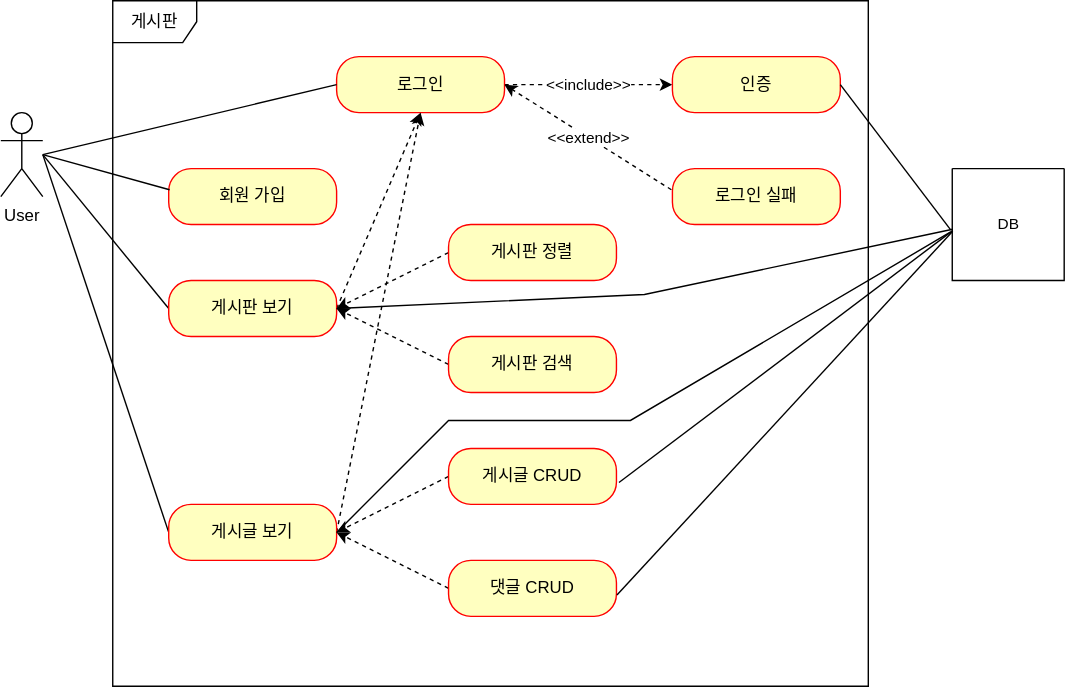
The draw.io diagram document/유스케이스.svg in minyongP/project-board, before a commit. Source tidied: cells renumbered, new cells last; positions are measured from the earlier drawing's top-left corner, leaving out a move shared by most shapes.
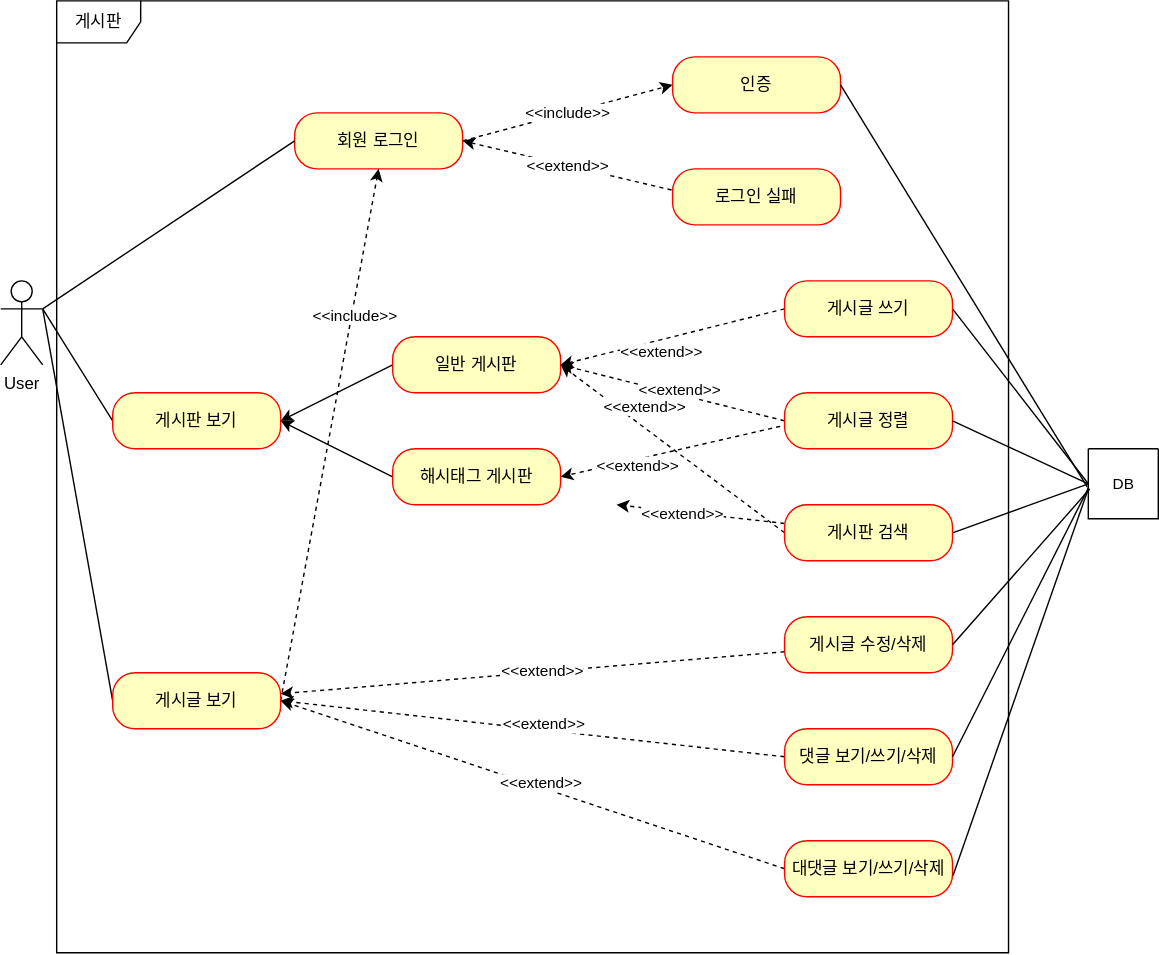
Above is the later version.

Commit message:
#49 - 유스케이스.svg: 현재 서비스 상황에 맞춰 업데이트

Diff of the diagram source:
```diff
@@ -2,120 +2,171 @@
   <root>
     <mxCell id="0" />
     <mxCell id="1" parent="0" />
-    <mxCell id="2" style="edgeStyle=none;shape=connector;rounded=0;jettySize=auto;html=1;entryX=0;entryY=0.5;entryDx=0;entryDy=0;labelBackgroundColor=default;strokeColor=default;align=center;verticalAlign=middle;fontFamily=Helvetica;fontSize=11;fontColor=default;endArrow=none;endFill=0;" parent="1" edge="1" target="11">
-      <mxGeometry relative="1" as="geometry">
-        <mxPoint x="30" y="110" as="sourcePoint" />
-      </mxGeometry>
+    <mxCell id="2" style="edgeStyle=none;shape=connector;rounded=0;jettySize=auto;html=1;entryX=0;entryY=0.5;entryDx=0;entryDy=0;labelBackgroundColor=default;strokeColor=default;align=center;verticalAlign=middle;fontFamily=Helvetica;fontSize=11;fontColor=default;endArrow=none;endFill=0;exitX=1;exitY=0.3333333333333333;exitDx=0;exitDy=0;exitPerimeter=0;" parent="1" edge="1" source="3" target="11">
+      <mxGeometry relative="1" as="geometry" />
     </mxCell>
     <mxCell id="3" value="User" style="shape=umlActor;verticalLabelPosition=bottom;verticalAlign=top;html=1;" parent="1" vertex="1">
-      <mxGeometry y="80" width="30" height="60" as="geometry" />
+      <mxGeometry x="-40" y="80" width="30" height="60" as="geometry" />
     </mxCell>
     <mxCell id="4" value="게시판" style="shape=umlFrame;whiteSpace=wrap;html=1;" parent="1" vertex="1">
-      <mxGeometry x="80" width="540" height="490" as="geometry" />
+      <mxGeometry y="-120" width="680" height="680" as="geometry" />
     </mxCell>
-    <mxCell id="5" value="&amp;lt;&amp;lt;include&amp;gt;&amp;gt;" style="edgeStyle=orthogonalEdgeStyle;rounded=0;jettySize=auto;html=1;dashed=1;" parent="1" edge="1" source="6" target="13">
+    <mxCell id="5" value="&amp;lt;&amp;lt;include&amp;gt;&amp;gt;" style="rounded=0;jettySize=auto;html=1;dashed=1;entryX=0;entryY=0.5;entryDx=0;entryDy=0;exitX=1;exitY=0.5;exitDx=0;exitDy=0;" parent="1" edge="1" source="6" target="13">
       <mxGeometry relative="1" as="geometry" />
     </mxCell>
-    <mxCell id="6" value="로그인" style="rounded=1;whiteSpace=wrap;html=1;arcSize=40;fontColor=#000000;fillColor=#ffffc0;strokeColor=#ff0000;" parent="1" vertex="1">
-      <mxGeometry x="240" y="40" width="120" height="40" as="geometry" />
+    <mxCell id="6" value="회원 로그인" style="rounded=1;whiteSpace=wrap;html=1;arcSize=40;fontColor=#000000;fillColor=#ffffc0;strokeColor=#ff0000;" parent="1" vertex="1">
+      <mxGeometry x="170" y="-40" width="120" height="40" as="geometry" />
     </mxCell>
-    <mxCell id="7" style="rounded=0;jettySize=auto;html=1;endArrow=none;endFill=0;exitX=0;exitY=0.5;exitDx=0;exitDy=0;" parent="1" edge="1" source="9">
-      <mxGeometry relative="1" as="geometry">
-        <mxPoint x="30" y="110" as="targetPoint" />
-      </mxGeometry>
+    <mxCell id="7" style="rounded=0;jettySize=auto;html=1;endArrow=none;endFill=0;exitX=0;exitY=0.5;exitDx=0;exitDy=0;entryX=1;entryY=0.3333333333333333;entryDx=0;entryDy=0;entryPerimeter=0;" parent="1" edge="1" source="9" target="3">
+      <mxGeometry relative="1" as="geometry" />
     </mxCell>
-    <mxCell id="8" style="rounded=0;jettySize=auto;html=1;entryX=0.5;entryY=1;entryDx=0;entryDy=0;dashed=1;exitX=1;exitY=0.5;exitDx=0;exitDy=0;" parent="1" edge="1" source="9" target="6">
-      <mxGeometry relative="1" as="geometry" />
-    </mxCell>
     <mxCell id="9" value="게시판 보기" style="rounded=1;whiteSpace=wrap;html=1;arcSize=40;fontColor=#000000;fillColor=#ffffc0;strokeColor=#ff0000;" parent="1" vertex="1">
-      <mxGeometry x="120" y="200" width="120" height="40" as="geometry" />
+      <mxGeometry x="40" y="160" width="120" height="40" as="geometry" />
     </mxCell>
     <mxCell id="10" style="rounded=0;jettySize=auto;html=1;dashed=1;exitX=1;exitY=0.5;exitDx=0;exitDy=0;entryX=0.5;entryY=1;entryDx=0;entryDy=0;" parent="1" edge="1" source="11" target="6">
       <mxGeometry relative="1" as="geometry" />
     </mxCell>
+    <mxCell id="34" value="&amp;lt;&amp;lt;include&amp;gt;&amp;gt;" style="edgeLabel;html=1;align=center;verticalAlign=middle;" parent="10" vertex="1">
+      <mxGeometry x="0.45" y="-2" relative="1" as="geometry" />
+    </mxCell>
     <mxCell id="11" value="게시글 보기" style="rounded=1;whiteSpace=wrap;html=1;arcSize=40;fontColor=#000000;fillColor=#ffffc0;strokeColor=#ff0000;" parent="1" vertex="1">
-      <mxGeometry x="120" y="360" width="120" height="40" as="geometry" />
+      <mxGeometry x="40" y="360" width="120" height="40" as="geometry" />
     </mxCell>
-    <mxCell id="12" value="회원 가입" style="rounded=1;whiteSpace=wrap;html=1;arcSize=40;fontColor=#000000;fillColor=#ffffc0;strokeColor=#ff0000;" parent="1" vertex="1">
-      <mxGeometry x="120" y="120" width="120" height="40" as="geometry" />
-    </mxCell>
     <mxCell id="13" value="인증" style="rounded=1;whiteSpace=wrap;html=1;arcSize=40;fontColor=#000000;fillColor=#ffffc0;strokeColor=#ff0000;" parent="1" vertex="1">
-      <mxGeometry x="480" y="40" width="120" height="40" as="geometry" />
+      <mxGeometry x="440" y="-80" width="120" height="40" as="geometry" />
     </mxCell>
     <mxCell id="14" value="&amp;lt;&amp;lt;extend&amp;gt;&amp;gt;" style="rounded=0;jettySize=auto;html=1;entryX=1;entryY=0.5;entryDx=0;entryDy=0;dashed=1;exitX=-0.006;exitY=0.378;exitDx=0;exitDy=0;exitPerimeter=0;" parent="1" edge="1" source="15" target="6">
       <mxGeometry relative="1" as="geometry" />
     </mxCell>
     <mxCell id="15" value="로그인 실패" style="rounded=1;whiteSpace=wrap;html=1;arcSize=40;fontColor=#000000;fillColor=#ffffc0;strokeColor=#ff0000;" parent="1" vertex="1">
-      <mxGeometry x="480" y="120" width="120" height="40" as="geometry" />
+      <mxGeometry x="440" width="120" height="40" as="geometry" />
     </mxCell>
-    <mxCell id="16" style="rounded=0;jettySize=auto;html=1;entryX=1;entryY=0.5;entryDx=0;entryDy=0;dashed=1;exitX=0;exitY=0.5;exitDx=0;exitDy=0;" parent="1" edge="1" source="17" target="9">
+    <mxCell id="16" style="rounded=0;jettySize=auto;html=1;entryX=1;entryY=0.5;entryDx=0;entryDy=0;exitX=0;exitY=0.5;exitDx=0;exitDy=0;" parent="1" edge="1" source="17" target="9">
       <mxGeometry relative="1" as="geometry" />
     </mxCell>
-    <mxCell id="17" value="게시판 정렬" style="rounded=1;whiteSpace=wrap;html=1;arcSize=40;fontColor=#000000;fillColor=#ffffc0;strokeColor=#ff0000;" parent="1" vertex="1">
-      <mxGeometry x="320" y="160" width="120" height="40" as="geometry" />
+    <mxCell id="17" value="일반 게시판" style="rounded=1;whiteSpace=wrap;html=1;arcSize=40;fontColor=#000000;fillColor=#ffffc0;strokeColor=#ff0000;" parent="1" vertex="1">
+      <mxGeometry x="240" y="120" width="120" height="40" as="geometry" />
     </mxCell>
-    <mxCell id="18" style="rounded=0;jettySize=auto;html=1;entryX=1;entryY=0.5;entryDx=0;entryDy=0;dashed=1;exitX=0;exitY=0.5;exitDx=0;exitDy=0;" parent="1" edge="1" source="19" target="9">
+    <mxCell id="18" style="rounded=0;jettySize=auto;html=1;entryX=1;entryY=0.5;entryDx=0;entryDy=0;exitX=0;exitY=0.5;exitDx=0;exitDy=0;" parent="1" edge="1" source="19" target="9">
       <mxGeometry relative="1" as="geometry" />
     </mxCell>
-    <mxCell id="19" value="게시판 검색" style="rounded=1;whiteSpace=wrap;html=1;arcSize=40;fontColor=#000000;fillColor=#ffffc0;strokeColor=#ff0000;" parent="1" vertex="1">
-      <mxGeometry x="320" y="240" width="120" height="40" as="geometry" />
+    <mxCell id="19" value="해시태그 게시판" style="rounded=1;whiteSpace=wrap;html=1;arcSize=40;fontColor=#000000;fillColor=#ffffc0;strokeColor=#ff0000;" parent="1" vertex="1">
+      <mxGeometry x="240" y="200" width="120" height="40" as="geometry" />
     </mxCell>
     <mxCell id="20" style="rounded=0;jettySize=auto;html=1;entryX=1;entryY=0.5;entryDx=0;entryDy=0;dashed=1;exitX=0;exitY=0.5;exitDx=0;exitDy=0;" parent="1" edge="1" source="21" target="11">
       <mxGeometry relative="1" as="geometry" />
     </mxCell>
+    <mxCell id="35" value="&amp;lt;&amp;lt;extend&amp;gt;&amp;gt;" style="edgeLabel;html=1;align=center;verticalAlign=middle;" parent="20" vertex="1">
+      <mxGeometry x="-0.19" y="1" relative="1" as="geometry">
+        <mxPoint x="-26" y="-8" as="offset" />
+      </mxGeometry>
+    </mxCell>
-    <mxCell id="21" value="게시글 CRUD" style="rounded=1;whiteSpace=wrap;html=1;arcSize=40;fontColor=#000000;fillColor=#ffffc0;strokeColor=#ff0000;" parent="1" vertex="1">
-      <mxGeometry x="320" y="320" width="120" height="40" as="geometry" />
+    <mxCell id="21" value="댓글 보기/쓰기/삭제" style="rounded=1;whiteSpace=wrap;html=1;arcSize=40;fontColor=#000000;fillColor=#ffffc0;strokeColor=#ff0000;" parent="1" vertex="1">
+      <mxGeometry x="520" y="400" width="120" height="40" as="geometry" />
     </mxCell>
-    <mxCell id="22" style="rounded=0;jettySize=auto;html=1;dashed=1;exitX=0;exitY=0.5;exitDx=0;exitDy=0;" parent="1" edge="1" source="23">
-      <mxGeometry relative="1" as="geometry">
-        <mxPoint x="240" y="380" as="targetPoint" />
-      </mxGeometry>
+    <mxCell id="22" style="rounded=0;jettySize=auto;html=1;dashed=1;exitX=0;exitY=0.5;exitDx=0;exitDy=0;entryX=1;entryY=0.5;entryDx=0;entryDy=0;" parent="1" edge="1" source="23" target="11">
+      <mxGeometry relative="1" as="geometry" />
     </mxCell>
+    <mxCell id="36" value="&amp;lt;&amp;lt;extend&amp;gt;&amp;gt;" style="edgeLabel;html=1;align=center;verticalAlign=middle;" parent="22" vertex="1">
+      <mxGeometry x="-0.05" y="3" relative="1" as="geometry">
+        <mxPoint x="-2" y="-7" as="offset" />
+      </mxGeometry>
+    </mxCell>
-    <mxCell id="23" value="댓글 CRUD" style="rounded=1;whiteSpace=wrap;html=1;arcSize=40;fontColor=#000000;fillColor=#ffffc0;strokeColor=#ff0000;" parent="1" vertex="1">
-      <mxGeometry x="320" y="400" width="120" height="40" as="geometry" />
+    <mxCell id="23" value="대댓글 보기/쓰기/삭제" style="rounded=1;whiteSpace=wrap;html=1;arcSize=40;fontColor=#000000;fillColor=#ffffc0;strokeColor=#ff0000;" parent="1" vertex="1">
+      <mxGeometry x="520" y="480" width="120" height="40" as="geometry" />
     </mxCell>
     <mxCell id="24" style="edgeStyle=orthogonalEdgeStyle;rounded=0;orthogonalLoop=1;jettySize=auto;html=1;exitX=0.5;exitY=1;exitDx=0;exitDy=0;" parent="1" edge="1" source="15" target="15">
       <mxGeometry relative="1" as="geometry" />
     </mxCell>
-    <mxCell id="25" style="endArrow=none;html=1;rounded=0;entryX=0;entryY=0.5;entryDx=0;entryDy=0;" parent="1" edge="1" target="6">
-      <mxGeometry relative="1" as="geometry">
-        <mxPoint x="30" y="110" as="sourcePoint" />
-      </mxGeometry>
+    <mxCell id="25" style="endArrow=none;html=1;rounded=0;entryX=0;entryY=0.5;entryDx=0;entryDy=0;exitX=1;exitY=0.3333333333333333;exitDx=0;exitDy=0;exitPerimeter=0;" parent="1" edge="1" source="3" target="6">
+      <mxGeometry relative="1" as="geometry" />
     </mxCell>
-    <mxCell id="26" style="endArrow=none;html=1;rounded=0;entryX=0.005;entryY=0.378;entryDx=0;entryDy=0;entryPerimeter=0;" parent="1" edge="1" target="12">
-      <mxGeometry relative="1" as="geometry">
-        <mxPoint x="30" y="110" as="sourcePoint" />
-      </mxGeometry>
-    </mxCell>
     <mxCell id="27" style="edgeStyle=none;shape=connector;rounded=0;jettySize=auto;html=1;entryX=1;entryY=0.5;entryDx=0;entryDy=0;labelBackgroundColor=default;strokeColor=default;align=center;verticalAlign=middle;fontFamily=Helvetica;fontSize=11;fontColor=default;endArrow=none;exitX=-0.014;exitY=0.548;exitDx=0;exitDy=0;endFill=0;exitPerimeter=0;" parent="1" edge="1" source="30" target="13">
       <mxGeometry relative="1" as="geometry" />
     </mxCell>
-    <mxCell id="28" style="edgeStyle=none;shape=connector;rounded=0;jettySize=auto;html=1;entryX=1;entryY=0.5;entryDx=0;entryDy=0;labelBackgroundColor=default;strokeColor=default;align=center;verticalAlign=middle;fontFamily=Helvetica;fontSize=11;fontColor=default;endArrow=none;endFill=0;exitX=0.004;exitY=0.542;exitDx=0;exitDy=0;exitPerimeter=0;" parent="1" edge="1" source="30" target="9">
-      <mxGeometry relative="1" as="geometry">
-        <Array as="points">
-          <mxPoint x="460" y="210" />
-        </Array>
-      </mxGeometry>
-    </mxCell>
-    <mxCell id="29" style="edgeStyle=none;shape=connector;rounded=0;jettySize=auto;html=1;entryX=1;entryY=0.5;entryDx=0;entryDy=0;labelBackgroundColor=default;strokeColor=default;align=center;verticalAlign=middle;fontFamily=Helvetica;fontSize=11;fontColor=default;endArrow=none;endFill=0;exitX=-0.014;exitY=0.566;exitDx=0;exitDy=0;exitPerimeter=0;" parent="1" edge="1" source="30" target="11">
-      <mxGeometry relative="1" as="geometry">
-        <Array as="points">
-          <mxPoint x="450" y="300" />
-          <mxPoint x="320" y="300" />
-        </Array>
-      </mxGeometry>
-    </mxCell>
     <mxCell id="30" style="swimlane;startSize=0;fontFamily=Helvetica;fontSize=11;fontColor=default;" parent="1" vertex="1">
-      <mxGeometry x="680" y="120" width="80" height="80" as="geometry" />
+      <mxGeometry x="737" y="200" width="50" height="50" as="geometry" />
     </mxCell>
     <mxCell id="31" value="DB" style="text;html=1;align=center;verticalAlign=middle;strokeColor=none;fillColor=none;fontSize=11;fontFamily=Helvetica;fontColor=default;" parent="30" vertex="1">
-      <mxGeometry x="20" y="25" width="40" height="30" as="geometry" />
+      <mxGeometry x="5" y="10" width="40" height="30" as="geometry" />
     </mxCell>
-    <mxCell id="32" style="edgeStyle=none;shape=connector;rounded=0;jettySize=auto;html=1;entryX=1.015;entryY=0.608;entryDx=0;entryDy=0;entryPerimeter=0;labelBackgroundColor=default;strokeColor=default;align=center;verticalAlign=middle;fontFamily=Helvetica;fontSize=11;fontColor=default;endArrow=none;endFill=0;exitX=0.004;exitY=0.554;exitDx=0;exitDy=0;exitPerimeter=0;" parent="1" edge="1" source="30" target="21">
+    <mxCell id="32" style="edgeStyle=none;shape=connector;rounded=0;jettySize=auto;html=1;labelBackgroundColor=default;strokeColor=default;align=center;verticalAlign=middle;fontFamily=Helvetica;fontSize=11;fontColor=default;endArrow=none;endFill=0;exitX=0.004;exitY=0.554;exitDx=0;exitDy=0;exitPerimeter=0;entryX=1;entryY=0.5;entryDx=0;entryDy=0;" parent="1" edge="1" source="30" target="21">
       <mxGeometry relative="1" as="geometry" />
     </mxCell>
     <mxCell id="33" style="edgeStyle=none;shape=connector;rounded=0;jettySize=auto;html=1;entryX=1.003;entryY=0.62;entryDx=0;entryDy=0;entryPerimeter=0;labelBackgroundColor=default;strokeColor=default;align=center;verticalAlign=middle;fontFamily=Helvetica;fontSize=11;fontColor=default;endArrow=none;endFill=0;exitX=0.004;exitY=0.56;exitDx=0;exitDy=0;exitPerimeter=0;" parent="1" edge="1" source="30" target="23">
       <mxGeometry relative="1" as="geometry" />
     </mxCell>
+    <mxCell id="37" style="rounded=0;jettySize=auto;html=1;dashed=1;" parent="1" edge="1" source="39" target="11">
+      <mxGeometry relative="1" as="geometry" />
+    </mxCell>
+    <mxCell id="38" value="&amp;lt;&amp;lt;extend&amp;gt;&amp;gt;" style="edgeLabel;html=1;align=center;verticalAlign=middle;fontSize=11;fontFamily=Helvetica;fontColor=default;" parent="37" vertex="1">
+      <mxGeometry x="-0.11" y="3" relative="1" as="geometry">
+        <mxPoint x="-14" y="-3" as="offset" />
+      </mxGeometry>
+    </mxCell>
+    <mxCell id="39" value="게시글 수정/삭제" style="rounded=1;whiteSpace=wrap;html=1;arcSize=40;fontColor=#000000;fillColor=#ffffc0;strokeColor=#ff0000;" parent="1" vertex="1">
+      <mxGeometry x="520" y="320" width="120" height="40" as="geometry" />
+    </mxCell>
+    <mxCell id="40" style="edgeStyle=none;shape=connector;rounded=0;jettySize=auto;html=1;entryX=1;entryY=0.5;entryDx=0;entryDy=0;labelBackgroundColor=default;strokeColor=default;align=center;verticalAlign=middle;fontFamily=Helvetica;fontSize=11;fontColor=default;endArrow=none;endFill=0;exitX=0.02;exitY=0.574;exitDx=0;exitDy=0;exitPerimeter=0;" parent="1" edge="1" source="30" target="39">
+      <mxGeometry relative="1" as="geometry" />
+    </mxCell>
+    <mxCell id="41" style="rounded=0;jettySize=auto;html=1;entryX=1;entryY=0.5;entryDx=0;entryDy=0;dashed=1;exitX=0;exitY=0.5;exitDx=0;exitDy=0;" parent="1" edge="1" source="44" target="17">
+      <mxGeometry relative="1" as="geometry" />
+    </mxCell>
+    <mxCell id="42" value="&amp;lt;&amp;lt;extend&amp;gt;&amp;gt;" style="edgeLabel;html=1;align=center;verticalAlign=middle;" parent="41" vertex="1">
+      <mxGeometry x="-0.08" y="-1" relative="1" as="geometry">
+        <mxPoint x="-15" y="13" as="offset" />
+      </mxGeometry>
+    </mxCell>
+    <mxCell id="43" style="edgeStyle=none;shape=connector;rounded=0;jettySize=auto;html=1;entryX=0;entryY=0.5;entryDx=0;entryDy=0;labelBackgroundColor=default;strokeColor=default;align=center;verticalAlign=middle;fontFamily=Helvetica;fontSize=11;fontColor=default;endArrow=none;endFill=0;exitX=1;exitY=0.5;exitDx=0;exitDy=0;" parent="1" edge="1" source="44" target="30">
+      <mxGeometry relative="1" as="geometry" />
+    </mxCell>
+    <mxCell id="44" value="게시글 쓰기" style="rounded=1;whiteSpace=wrap;html=1;arcSize=40;fontColor=#000000;fillColor=#ffffc0;strokeColor=#ff0000;" parent="1" vertex="1">
+      <mxGeometry x="520" y="80" width="120" height="40" as="geometry" />
+    </mxCell>
+    <mxCell id="45" style="rounded=0;jettySize=auto;html=1;entryX=1;entryY=0.5;entryDx=0;entryDy=0;dashed=1;exitX=0;exitY=0.5;exitDx=0;exitDy=0;" parent="1" edge="1" source="49" target="17">
+      <mxGeometry relative="1" as="geometry" />
+    </mxCell>
+    <mxCell id="46" value="&amp;lt;&amp;lt;extend&amp;gt;&amp;gt;" style="edgeLabel;html=1;align=center;verticalAlign=middle;" parent="45" vertex="1">
+      <mxGeometry x="-0.24" y="-2" relative="1" as="geometry">
+        <mxPoint x="-15" y="-5" as="offset" />
+      </mxGeometry>
+    </mxCell>
+    <mxCell id="47" style="rounded=0;jettySize=auto;html=1;entryX=1;entryY=0.5;entryDx=0;entryDy=0;dashed=1;exitX=-0.026;exitY=0.599;exitDx=0;exitDy=0;exitPerimeter=0;" parent="1" edge="1" source="49" target="19">
+      <mxGeometry relative="1" as="geometry" />
+    </mxCell>
+    <mxCell id="48" value="&amp;lt;&amp;lt;extend&amp;gt;&amp;gt;" style="edgeLabel;html=1;align=center;verticalAlign=middle;" parent="47" vertex="1">
+      <mxGeometry x="-0.24" y="-1" relative="1" as="geometry">
+        <mxPoint x="-42" y="15" as="offset" />
+      </mxGeometry>
+    </mxCell>
+    <mxCell id="49" value="게시글 정렬" style="rounded=1;whiteSpace=wrap;html=1;arcSize=40;fontColor=#000000;fillColor=#ffffc0;strokeColor=#ff0000;" parent="1" vertex="1">
+      <mxGeometry x="520" y="160" width="120" height="40" as="geometry" />
+    </mxCell>
+    <mxCell id="50" style="rounded=0;jettySize=auto;html=1;entryX=1;entryY=0.5;entryDx=0;entryDy=0;dashed=1;exitX=0;exitY=0.5;exitDx=0;exitDy=0;" parent="1" edge="1" source="55" target="17">
+      <mxGeometry relative="1" as="geometry" />
+    </mxCell>
+    <mxCell id="51" value="&amp;lt;&amp;lt;extend&amp;gt;&amp;gt;" style="edgeLabel;html=1;align=center;verticalAlign=middle;" parent="50" vertex="1">
+      <mxGeometry x="0.01" y="-1" relative="1" as="geometry">
+        <mxPoint x="-20" y="-29" as="offset" />
+      </mxGeometry>
+    </mxCell>
+    <mxCell id="52" style="rounded=0;jettySize=auto;html=1;dashed=1;" parent="1" edge="1" source="55">
+      <mxGeometry relative="1" as="geometry">
+        <mxPoint x="400" y="240" as="targetPoint" />
+      </mxGeometry>
+    </mxCell>
+    <mxCell id="53" value="&amp;lt;&amp;lt;extend&amp;gt;&amp;gt;" style="edgeLabel;html=1;align=center;verticalAlign=middle;" parent="52" vertex="1">
+      <mxGeometry x="0.22" y="1" relative="1" as="geometry" />
+    </mxCell>
+    <mxCell id="54" style="edgeStyle=none;shape=connector;rounded=0;jettySize=auto;html=1;entryX=0;entryY=0.5;entryDx=0;entryDy=0;labelBackgroundColor=default;strokeColor=default;align=center;verticalAlign=middle;fontFamily=Helvetica;fontSize=11;fontColor=default;endArrow=none;endFill=0;exitX=1;exitY=0.5;exitDx=0;exitDy=0;" parent="1" edge="1" source="55" target="30">
+      <mxGeometry relative="1" as="geometry" />
+    </mxCell>
+    <mxCell id="55" value="게시판 검색" style="rounded=1;whiteSpace=wrap;html=1;arcSize=40;fontColor=#000000;fillColor=#ffffc0;strokeColor=#ff0000;" parent="1" vertex="1">
+      <mxGeometry x="520" y="240" width="120" height="40" as="geometry" />
+    </mxCell>
+    <mxCell id="56" style="rounded=0;jettySize=auto;html=1;endArrow=none;endFill=0;exitX=1;exitY=0.5;exitDx=0;exitDy=0;entryX=0;entryY=0.5;entryDx=0;entryDy=0;" parent="1" edge="1" source="49" target="30">
+      <mxGeometry relative="1" as="geometry" />
+    </mxCell>
   </root>
 </mxGraphModel>
```
